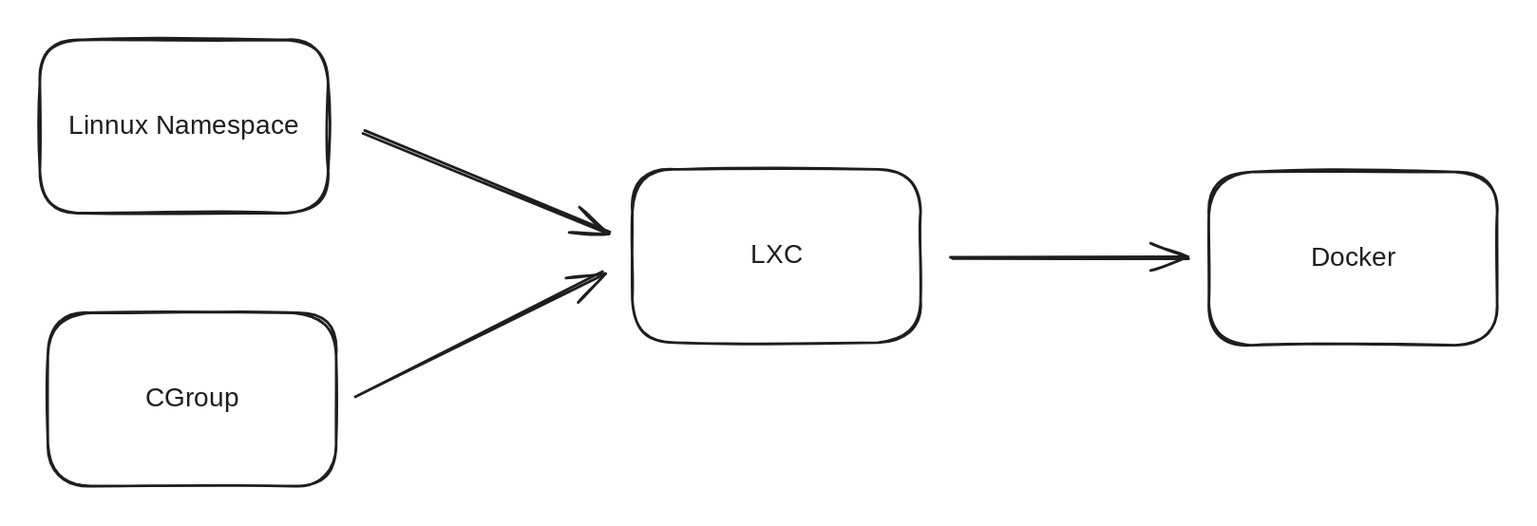
Above: .gitbook/assets/file.excalidraw.svg in Aline-king/clound-note (Excalidraw), before the change. Source tidied: one line per element, renumbered; positions are measured from the earlier drawing's top-left corner, leaving out a move shared by most shapes.
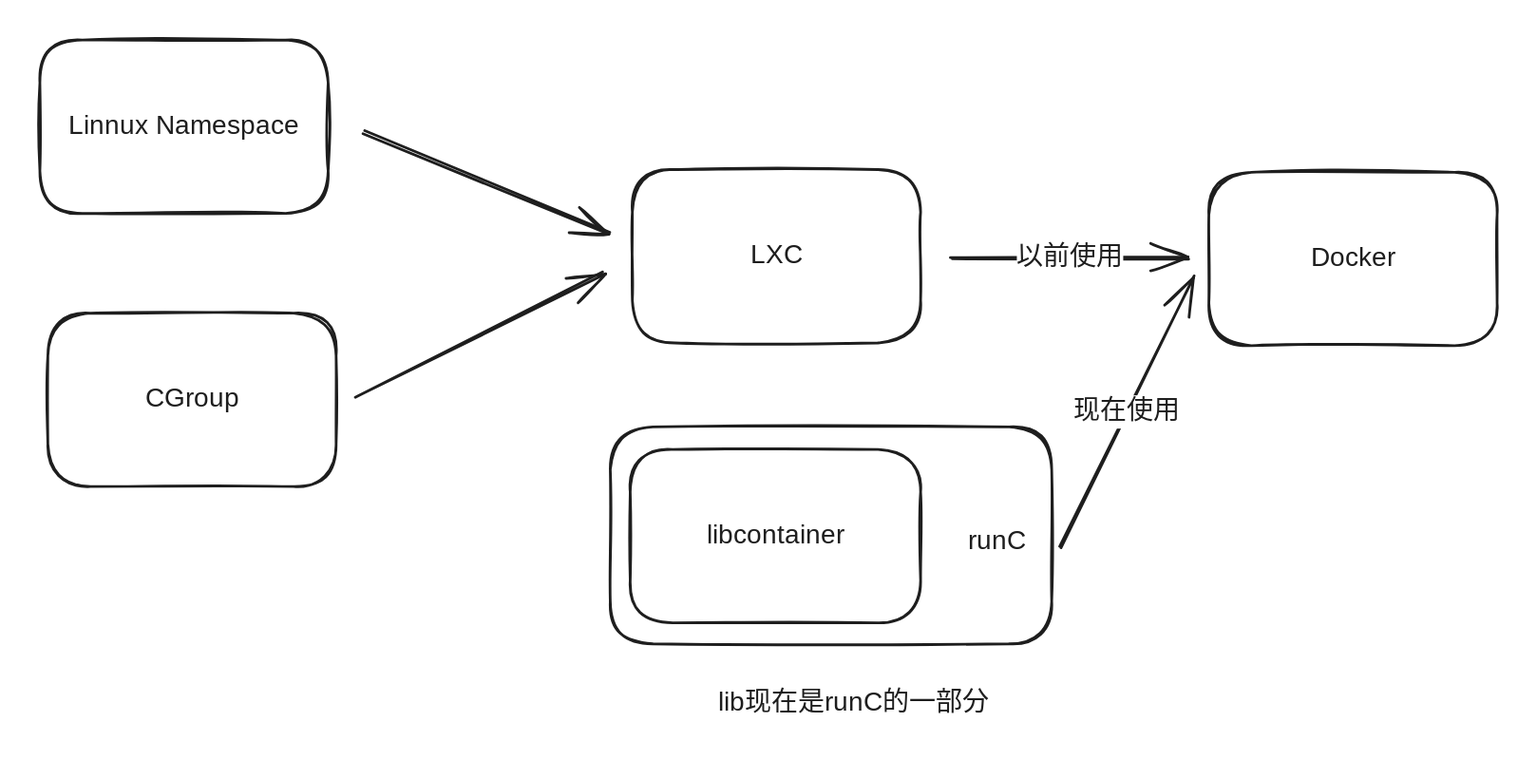
Above is the later version.

The edit, as a diff of the source:
```diff
@@ -9,3 +9,11 @@
 {"id": 8, "type": "rectangle", "strokeColor": "#1e1e1e", "strokeWidth": 2, "roughness": 1, "round": true, "x": 879, "y": 99, "width": 217, "height": 130}
 {"id": 9, "type": "text", "text": "Docker", "strokeColor": "#1e1e1e", "strokeWidth": 2, "roughness": 1, "fontSize": 20, "fontFamily": 1, "textAlign": "center", "verticalAlign": "middle", "inside": 8, "x": 955, "y": 152, "width": 66, "height": 25}
 {"id": 10, "type": "arrow", "strokeColor": "#1e1e1e", "strokeWidth": 2, "roughness": 1, "endArrowhead": "arrow", "round": true, "from": 6, "to": 8, "x": 686, "y": 164, "width": 177, "height": 1, "points": [[0, 0], [177, -1]]}
+{"id": 11, "type": "text", "text": "以前使用", "strokeColor": "#1e1e1e", "strokeWidth": 2, "roughness": 1, "fontSize": 20, "fontFamily": 1, "textAlign": "center", "verticalAlign": "middle", "inside": 10, "x": 735, "y": 151, "width": 80, "height": 25}
+{"id": 12, "type": "rectangle", "strokeColor": "#1e1e1e", "strokeWidth": 2, "roughness": 1, "round": true, "x": 444, "y": 308, "width": 218, "height": 130}
+{"id": 13, "type": "text", "text": "libcontainer", "strokeColor": "#1e1e1e", "strokeWidth": 2, "roughness": 1, "fontSize": 20, "fontFamily": 1, "textAlign": "center", "verticalAlign": "middle", "inside": 12, "x": 499, "y": 361, "width": 108, "height": 25}
+{"id": 14, "type": "rectangle", "strokeColor": "#1e1e1e", "strokeWidth": 2, "roughness": 1, "round": true, "x": 429, "y": 291, "width": 332, "height": 163}
+{"id": 15, "type": "text", "text": "runC", "strokeColor": "#1e1e1e", "strokeWidth": 2, "roughness": 1, "fontSize": 20, "fontFamily": 1, "x": 698, "y": 365, "width": 42, "height": 25}
+{"id": 16, "type": "arrow", "strokeColor": "#1e1e1e", "strokeWidth": 2, "roughness": 1, "endArrowhead": "arrow", "round": true, "from": 14, "to": 8, "x": 767, "y": 382, "width": 100, "height": 204, "points": [[0, 0], [100, -204]]}
+{"id": 17, "type": "text", "text": "现在使用", "strokeColor": "#1e1e1e", "strokeWidth": 2, "roughness": 1, "fontSize": 20, "fontFamily": 1, "textAlign": "center", "verticalAlign": "middle", "inside": 16, "x": 777, "y": 267, "width": 80, "height": 25}
+{"id": 18, "type": "text", "text": "lib现在是runC的一部分", "strokeColor": "#1e1e1e", "strokeWidth": 2, "roughness": 1, "fontSize": 20, "fontFamily": 1, "x": 510, "y": 486, "width": 202, "height": 25}
```
